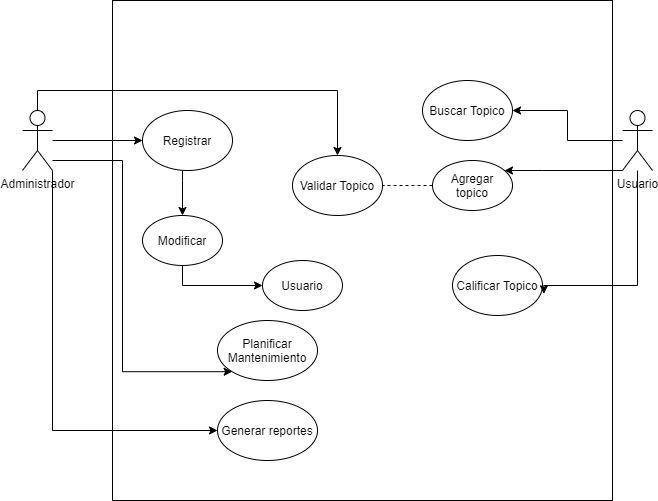
The draw.io diagram img/Casos_de_Uso.png in Merari-Cortes/AnalisisAvanzados, before a commit. Source tidied: cells renumbered, new cells last; positions are measured from the earlier drawing's top-left corner, leaving out a move shared by most shapes.
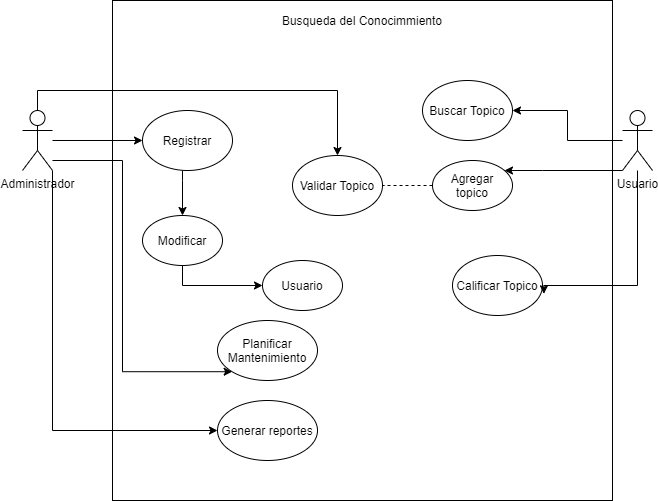
The same file after the commit.

Change to the diagram source:
```diff
@@ -93,5 +93,8 @@
     <mxCell id="23" value="Validar Topico" style="ellipse;whiteSpace=wrap;html=1;fillColor=none;gradientColor=none;" parent="1" vertex="1">
       <mxGeometry x="270" y="155" width="90" height="60" as="geometry" />
     </mxCell>
+    <mxCell id="24" value="Busqueda del Conocimmiento" style="text;html=1;strokeColor=none;fillColor=none;align=center;verticalAlign=middle;whiteSpace=wrap;rounded=0;" parent="1" vertex="1">
+      <mxGeometry x="250" y="10" width="180" height="20" as="geometry" />
+    </mxCell>
   </root>
 </mxGraphModel>
```
